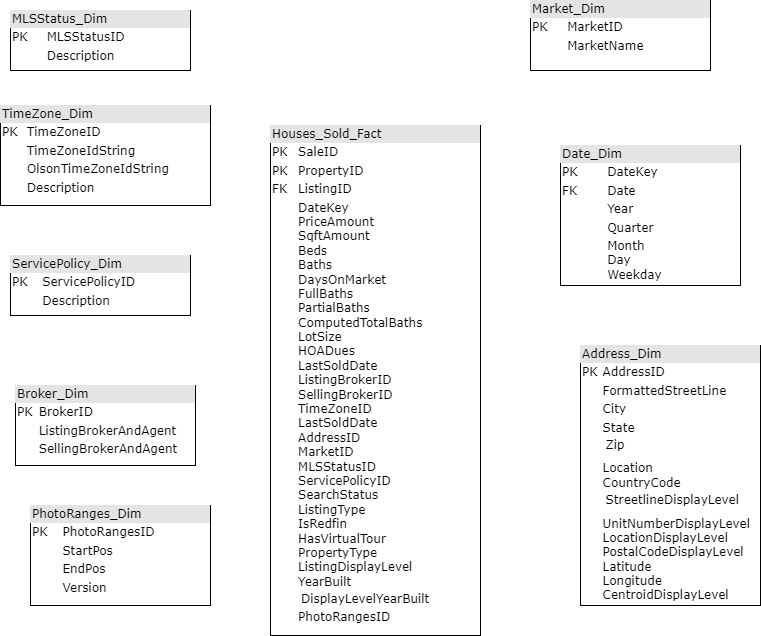
Yara484/Proejcts-Architectures keeps this draw.io diagram as HousesData_Draft.png. Above is the earlier version. Source tidied: cells renumbered, new cells last; positions are measured from the earlier drawing's top-left corner, leaving out a move shared by most shapes.
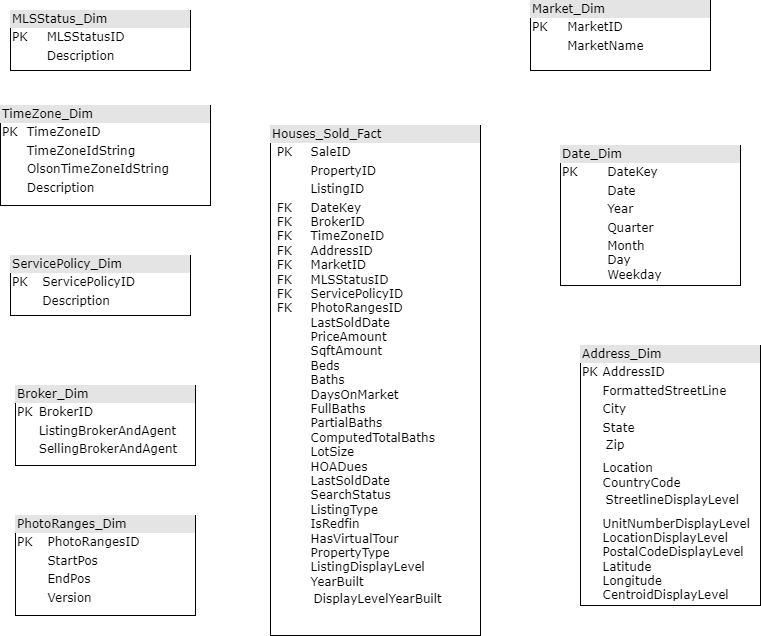
The same file after the commit.

Change to the diagram source:
```diff
@@ -5,10 +5,10 @@
     <mxCell id="2" value="&lt;div style=&quot;box-sizing: border-box ; width: 100% ; background: #e4e4e4 ; padding: 2px&quot;&gt;Address_Dim&lt;/div&gt;&lt;table style=&quot;width: 100% ; font-size: 1em&quot; cellpadding=&quot;2&quot; cellspacing=&quot;0&quot;&gt;&lt;tbody&gt;&lt;tr&gt;&lt;td&gt;PK&lt;/td&gt;&lt;td&gt;AddressID&lt;/td&gt;&lt;/tr&gt;&lt;tr&gt;&lt;td&gt;&lt;br&gt;&lt;/td&gt;&lt;td&gt;FormattedStreetLine&lt;/td&gt;&lt;/tr&gt;&lt;tr&gt;&lt;td&gt;&lt;/td&gt;&lt;td&gt;City&lt;/td&gt;&lt;/tr&gt;&lt;tr&gt;&lt;td&gt;&lt;br&gt;&lt;/td&gt;&lt;td&gt;State&lt;br&gt;&lt;table&gt;&lt;tbody&gt;&lt;tr&gt;&lt;td&gt;Zip&lt;/td&gt;&lt;/tr&gt;&lt;/tbody&gt;&lt;/table&gt;&lt;table&gt;&lt;tbody&gt;&lt;tr&gt;&lt;td&gt;&lt;/td&gt;&lt;/tr&gt;&lt;/tbody&gt;&lt;/table&gt;Location&lt;br&gt;CountryCode&lt;br&gt;&lt;table&gt;&lt;tbody&gt;&lt;tr&gt;&lt;td&gt;StreetlineDisplayLevel&lt;/td&gt;&lt;/tr&gt;&lt;/tbody&gt;&lt;/table&gt;&lt;table&gt;&lt;tbody&gt;&lt;tr&gt;&lt;td&gt;&lt;/td&gt;&lt;/tr&gt;&lt;/tbody&gt;&lt;/table&gt;UnitNumberDisplayLevel&lt;br&gt;LocationDisplayLevel&lt;br&gt;PostalCodeDisplayLevel&lt;br&gt;Latitude&lt;br&gt;Longitude&lt;br&gt;CentroidDisplayLevel&lt;br&gt;&lt;/td&gt;&lt;/tr&gt;&lt;/tbody&gt;&lt;/table&gt;" style="verticalAlign=top;align=left;overflow=fill;html=1;rounded=0;shadow=0;comic=0;labelBackgroundColor=none;strokeWidth=1;fontFamily=Verdana;fontSize=12;" parent="1" vertex="1">
       <mxGeometry x="580" y="345" width="180" height="260" as="geometry" />
     </mxCell>
-    <mxCell id="3" value="&lt;div style=&quot;box-sizing: border-box ; width: 100% ; background: #e4e4e4 ; padding: 2px&quot;&gt;Date_Dim&lt;/div&gt;&lt;table style=&quot;width: 100% ; font-size: 1em&quot; cellpadding=&quot;2&quot; cellspacing=&quot;0&quot;&gt;&lt;tbody&gt;&lt;tr&gt;&lt;td&gt;PK&lt;/td&gt;&lt;td&gt;DateKey&lt;/td&gt;&lt;/tr&gt;&lt;tr&gt;&lt;td&gt;FK&lt;/td&gt;&lt;td&gt;Date&lt;/td&gt;&lt;/tr&gt;&lt;tr&gt;&lt;td&gt;&lt;/td&gt;&lt;td&gt;Year&lt;/td&gt;&lt;/tr&gt;&lt;tr&gt;&lt;td&gt;&lt;br&gt;&lt;/td&gt;&lt;td&gt;Quarter&lt;br&gt;&lt;/td&gt;&lt;/tr&gt;&lt;tr&gt;&lt;td&gt;&lt;br&gt;&lt;/td&gt;&lt;td&gt;Month&lt;br&gt;Day&lt;br&gt;Weekday&lt;/td&gt;&lt;/tr&gt;&lt;/tbody&gt;&lt;/table&gt;" style="verticalAlign=top;align=left;overflow=fill;html=1;rounded=0;shadow=0;comic=0;labelBackgroundColor=none;strokeWidth=1;fontFamily=Verdana;fontSize=12;" parent="1" vertex="1">
+    <mxCell id="3" value="&lt;div style=&quot;box-sizing: border-box ; width: 100% ; background: #e4e4e4 ; padding: 2px&quot;&gt;Date_Dim&lt;/div&gt;&lt;table style=&quot;width: 100% ; font-size: 1em&quot; cellpadding=&quot;2&quot; cellspacing=&quot;0&quot;&gt;&lt;tbody&gt;&lt;tr&gt;&lt;td&gt;PK&lt;/td&gt;&lt;td&gt;DateKey&lt;/td&gt;&lt;/tr&gt;&lt;tr&gt;&lt;td&gt;&lt;br&gt;&lt;/td&gt;&lt;td&gt;Date&lt;/td&gt;&lt;/tr&gt;&lt;tr&gt;&lt;td&gt;&lt;/td&gt;&lt;td&gt;Year&lt;/td&gt;&lt;/tr&gt;&lt;tr&gt;&lt;td&gt;&lt;br&gt;&lt;/td&gt;&lt;td&gt;Quarter&lt;br&gt;&lt;/td&gt;&lt;/tr&gt;&lt;tr&gt;&lt;td&gt;&lt;br&gt;&lt;/td&gt;&lt;td&gt;Month&lt;br&gt;Day&lt;br&gt;Weekday&lt;/td&gt;&lt;/tr&gt;&lt;/tbody&gt;&lt;/table&gt;" style="verticalAlign=top;align=left;overflow=fill;html=1;rounded=0;shadow=0;comic=0;labelBackgroundColor=none;strokeWidth=1;fontFamily=Verdana;fontSize=12;" parent="1" vertex="1">
       <mxGeometry x="560" y="145" width="180" height="140" as="geometry" />
     </mxCell>
-    <mxCell id="4" value="&lt;div style=&quot;box-sizing: border-box ; width: 100% ; background: #e4e4e4 ; padding: 2px&quot;&gt;Houses_Sold_Fact&lt;/div&gt;&lt;table style=&quot;width: 100% ; font-size: 1em&quot; cellpadding=&quot;2&quot; cellspacing=&quot;0&quot;&gt;&lt;tbody&gt;&lt;tr&gt;&lt;td&gt;PK&lt;/td&gt;&lt;td&gt;SaleID&lt;/td&gt;&lt;/tr&gt;&lt;tr&gt;&lt;td&gt;PK&lt;/td&gt;&lt;td&gt;PropertyID&lt;/td&gt;&lt;/tr&gt;&lt;tr&gt;&lt;td&gt;FK&lt;/td&gt;&lt;td&gt;ListingID&lt;/td&gt;&lt;/tr&gt;&lt;tr&gt;&lt;td&gt;&lt;br&gt;&lt;/td&gt;&lt;td&gt;DateKey&lt;br&gt;PriceAmount&lt;br&gt;SqftAmount&lt;br&gt;Beds&lt;br&gt;Baths&lt;br&gt;DaysOnMarket&lt;br&gt;FullBaths&lt;br&gt;PartialBaths&lt;br&gt;ComputedTotalBaths&lt;br&gt;LotSize&lt;br&gt;HOADues&lt;br&gt;LastSoldDate&lt;br&gt;ListingBrokerID&lt;br&gt;SellingBrokerID&lt;br&gt;TimeZoneID&lt;br&gt;LastSoldDate&lt;br&gt;AddressID&lt;br&gt;MarketID&lt;br&gt;MLSStatusID&lt;br&gt;ServicePolicyID&lt;br&gt;SearchStatus&lt;br&gt;ListingType&lt;br&gt;IsRedfin&lt;br&gt;HasVirtualTour&lt;br&gt;PropertyType&lt;br&gt;ListingDisplayLevel&lt;br&gt;YearBuilt&lt;br&gt;&lt;table&gt;&lt;tbody&gt;&lt;tr&gt;&lt;td&gt;DisplayLevelYearBuilt&lt;/td&gt;&lt;/tr&gt;&lt;/tbody&gt;&lt;/table&gt;PhotoRangesID&lt;br&gt;&lt;table&gt;&lt;tbody&gt;&lt;tr&gt;&lt;td&gt;&lt;/td&gt;&lt;/tr&gt;&lt;/tbody&gt;&lt;/table&gt;&lt;/td&gt;&lt;/tr&gt;&lt;tr&gt;&lt;td&gt;&lt;br&gt;&lt;/td&gt;&lt;td&gt;&lt;br&gt;&lt;/td&gt;&lt;/tr&gt;&lt;tr&gt;&lt;td&gt;&lt;/td&gt;&lt;td&gt;&lt;br&gt;&lt;/td&gt;&lt;/tr&gt;&lt;tr&gt;&lt;td&gt;&lt;/td&gt;&lt;td&gt;&lt;br&gt;&lt;/td&gt;&lt;/tr&gt;&lt;/tbody&gt;&lt;/table&gt;" style="verticalAlign=top;align=left;overflow=fill;html=1;rounded=0;shadow=0;comic=0;labelBackgroundColor=none;strokeWidth=1;fontFamily=Verdana;fontSize=12;" parent="1" vertex="1">
+    <mxCell id="4" value="&lt;div style=&quot;box-sizing: border-box ; width: 100% ; background: #e4e4e4 ; padding: 2px&quot;&gt;Houses_Sold_Fact&lt;/div&gt;&lt;table style=&quot;width: 100% ; font-size: 1em&quot; cellpadding=&quot;2&quot; cellspacing=&quot;0&quot;&gt;&lt;tbody&gt;&lt;tr&gt;&lt;td&gt;&lt;br&gt;&lt;/td&gt;&lt;td&gt;PK&lt;span style=&quot;white-space: pre;&quot;&gt;&#9;&lt;/span&gt;SaleID&lt;/td&gt;&lt;/tr&gt;&lt;tr&gt;&lt;td&gt;&lt;br&gt;&lt;/td&gt;&lt;td&gt;&lt;span style=&quot;white-space: pre;&quot;&gt;&#9;&lt;/span&gt;PropertyID&lt;/td&gt;&lt;/tr&gt;&lt;tr&gt;&lt;td&gt;&lt;br&gt;&lt;/td&gt;&lt;td&gt;&lt;span style=&quot;white-space: pre;&quot;&gt;&#9;&lt;/span&gt;ListingID&lt;/td&gt;&lt;/tr&gt;&lt;tr&gt;&lt;td&gt;&lt;br&gt;&lt;/td&gt;&lt;td&gt;FK&lt;span style=&quot;white-space: pre;&quot;&gt;&#9;&lt;/span&gt;DateKey&amp;nbsp; &amp;nbsp; &amp;nbsp; &amp;nbsp; &lt;br&gt;FK&lt;span style=&quot;white-space-collapse: preserve;&quot;&gt;&#9;&lt;/span&gt;BrokerID&lt;br&gt;FK&lt;span style=&quot;white-space-collapse: preserve;&quot;&gt;&#9;&lt;/span&gt;TimeZoneID&lt;br&gt;FK&lt;span style=&quot;white-space-collapse: preserve;&quot;&gt;&#9;&lt;/span&gt;AddressID&lt;br&gt;FK&lt;span style=&quot;white-space-collapse: preserve;&quot;&gt;&#9;&lt;/span&gt;MarketID&lt;br&gt;FK&lt;span style=&quot;white-space-collapse: preserve;&quot;&gt;&#9;&lt;/span&gt;MLSStatusID&lt;br&gt;FK&lt;span style=&quot;white-space-collapse: preserve;&quot;&gt;&#9;&lt;/span&gt;ServicePolicyID&amp;nbsp;&lt;br&gt;FK&lt;span style=&quot;white-space-collapse: preserve;&quot;&gt;&#9;&lt;/span&gt;PhotoRangesID&lt;br&gt;&lt;span style=&quot;white-space-collapse: preserve;&quot;&gt;&#9;&lt;/span&gt;LastSoldDate&lt;br&gt;&lt;span style=&quot;white-space: pre;&quot;&gt;&#9;&lt;/span&gt;PriceAmount&lt;br&gt;&lt;span style=&quot;white-space: pre;&quot;&gt;&#9;&lt;/span&gt;SqftAmount&lt;br&gt;&lt;span style=&quot;white-space: pre;&quot;&gt;&#9;&lt;/span&gt;Beds&lt;br&gt;&lt;span style=&quot;white-space: pre;&quot;&gt;&#9;&lt;/span&gt;Baths&lt;br&gt;&lt;span style=&quot;white-space: pre;&quot;&gt;&#9;&lt;/span&gt;DaysOnMarket&lt;br&gt;&lt;span style=&quot;white-space: pre;&quot;&gt;&#9;&lt;/span&gt;FullBaths&lt;br&gt;&lt;span style=&quot;white-space: pre;&quot;&gt;&#9;&lt;/span&gt;PartialBaths&lt;br&gt;&lt;span style=&quot;white-space: pre;&quot;&gt;&#9;&lt;/span&gt;ComputedTotalBaths&lt;br&gt;&lt;span style=&quot;white-space: pre;&quot;&gt;&#9;&lt;/span&gt;LotSize&lt;br&gt;&lt;span style=&quot;white-space: pre;&quot;&gt;&#9;&lt;/span&gt;HOADues&lt;br&gt;&lt;span style=&quot;white-space: pre;&quot;&gt;&#9;&lt;/span&gt;LastSoldDate&lt;br&gt;&lt;span style=&quot;white-space: pre;&quot;&gt;&#9;&lt;/span&gt;SearchStatus&lt;br&gt;&lt;span style=&quot;white-space: pre;&quot;&gt;&#9;&lt;/span&gt;ListingType&lt;br&gt;&lt;span style=&quot;white-space: pre;&quot;&gt;&#9;&lt;/span&gt;IsRedfin&lt;br&gt;&lt;span style=&quot;white-space: pre;&quot;&gt;&#9;&lt;/span&gt;HasVirtualTour&lt;br&gt;&lt;span style=&quot;white-space: pre;&quot;&gt;&#9;&lt;/span&gt;PropertyType&lt;br&gt;&lt;span style=&quot;white-space: pre;&quot;&gt;&#9;&lt;/span&gt;ListingDisplayLevel&lt;br&gt;&lt;span style=&quot;white-space: pre;&quot;&gt;&#9;&lt;/span&gt;YearBuilt&lt;br&gt;&lt;table&gt;&lt;tbody&gt;&lt;tr&gt;&lt;td&gt;&lt;span style=&quot;white-space: pre;&quot;&gt;&#9;&lt;/span&gt;DisplayLevelYearBuilt&lt;/td&gt;&lt;/tr&gt;&lt;/tbody&gt;&lt;/table&gt;&lt;table&gt;&lt;tbody&gt;&lt;tr&gt;&lt;td&gt;&lt;/td&gt;&lt;/tr&gt;&lt;/tbody&gt;&lt;/table&gt;&lt;/td&gt;&lt;/tr&gt;&lt;tr&gt;&lt;td&gt;&lt;br&gt;&lt;/td&gt;&lt;td&gt;&lt;br&gt;&lt;/td&gt;&lt;/tr&gt;&lt;tr&gt;&lt;td&gt;&lt;/td&gt;&lt;td&gt;&lt;br&gt;&lt;/td&gt;&lt;/tr&gt;&lt;tr&gt;&lt;td&gt;&lt;/td&gt;&lt;td&gt;&lt;br&gt;&lt;/td&gt;&lt;/tr&gt;&lt;/tbody&gt;&lt;/table&gt;" style="verticalAlign=top;align=left;overflow=fill;html=1;rounded=0;shadow=0;comic=0;labelBackgroundColor=none;strokeWidth=1;fontFamily=Verdana;fontSize=12;" parent="1" vertex="1">
       <mxGeometry x="270" y="125" width="210" height="510" as="geometry" />
     </mxCell>
     <mxCell id="5" value="&lt;div style=&quot;box-sizing: border-box ; width: 100% ; background: #e4e4e4 ; padding: 2px&quot;&gt;Broker_Dim&lt;/div&gt;&lt;table style=&quot;width: 100% ; font-size: 1em&quot; cellpadding=&quot;2&quot; cellspacing=&quot;0&quot;&gt;&lt;tbody&gt;&lt;tr&gt;&lt;td&gt;PK&lt;/td&gt;&lt;td&gt;BrokerID&lt;/td&gt;&lt;/tr&gt;&lt;tr&gt;&lt;td&gt;&lt;br&gt;&lt;/td&gt;&lt;td&gt;ListingBrokerAndAgent&lt;/td&gt;&lt;/tr&gt;&lt;tr&gt;&lt;td&gt;&lt;/td&gt;&lt;td&gt;SellingBrokerAndAgent&lt;/td&gt;&lt;/tr&gt;&lt;tr&gt;&lt;td&gt;&lt;br&gt;&lt;/td&gt;&lt;td&gt;&lt;br&gt;&lt;/td&gt;&lt;/tr&gt;&lt;/tbody&gt;&lt;/table&gt;" style="verticalAlign=top;align=left;overflow=fill;html=1;rounded=0;shadow=0;comic=0;labelBackgroundColor=none;strokeWidth=1;fontFamily=Verdana;fontSize=12;" parent="1" vertex="1">
@@ -18,7 +18,7 @@
       <mxGeometry y="105" width="210" height="100" as="geometry" />
     </mxCell>
     <mxCell id="7" value="&lt;div style=&quot;box-sizing: border-box ; width: 100% ; background: #e4e4e4 ; padding: 2px&quot;&gt;PhotoRanges_Dim&lt;/div&gt;&lt;table style=&quot;width: 100% ; font-size: 1em&quot; cellpadding=&quot;2&quot; cellspacing=&quot;0&quot;&gt;&lt;tbody&gt;&lt;tr&gt;&lt;td&gt;PK&lt;/td&gt;&lt;td&gt;PhotoRangesID&lt;/td&gt;&lt;/tr&gt;&lt;tr&gt;&lt;td&gt;&lt;br&gt;&lt;/td&gt;&lt;td&gt;StartPos&lt;/td&gt;&lt;/tr&gt;&lt;tr&gt;&lt;td&gt;&lt;/td&gt;&lt;td&gt;EndPos&lt;/td&gt;&lt;/tr&gt;&lt;tr&gt;&lt;td&gt;&lt;br&gt;&lt;/td&gt;&lt;td&gt;Version&lt;br&gt;&lt;/td&gt;&lt;/tr&gt;&lt;/tbody&gt;&lt;/table&gt;" style="verticalAlign=top;align=left;overflow=fill;html=1;rounded=0;shadow=0;comic=0;labelBackgroundColor=none;strokeWidth=1;fontFamily=Verdana;fontSize=12;" parent="1" vertex="1">
-      <mxGeometry x="30" y="505" width="180" height="100" as="geometry" />
+      <mxGeometry x="15" y="515" width="180" height="100" as="geometry" />
     </mxCell>
     <mxCell id="8" value="&lt;div style=&quot;box-sizing: border-box ; width: 100% ; background: #e4e4e4 ; padding: 2px&quot;&gt;Market_Dim&lt;/div&gt;&lt;table style=&quot;width: 100% ; font-size: 1em&quot; cellpadding=&quot;2&quot; cellspacing=&quot;0&quot;&gt;&lt;tbody&gt;&lt;tr&gt;&lt;td&gt;PK&lt;/td&gt;&lt;td&gt;MarketID&lt;/td&gt;&lt;/tr&gt;&lt;tr&gt;&lt;td&gt;&lt;br&gt;&lt;/td&gt;&lt;td&gt;MarketName&lt;/td&gt;&lt;/tr&gt;&lt;tr&gt;&lt;td&gt;&lt;/td&gt;&lt;td&gt;&lt;br&gt;&lt;/td&gt;&lt;/tr&gt;&lt;tr&gt;&lt;td&gt;&lt;br&gt;&lt;/td&gt;&lt;td&gt;&lt;br&gt;&lt;/td&gt;&lt;/tr&gt;&lt;/tbody&gt;&lt;/table&gt;" style="verticalAlign=top;align=left;overflow=fill;html=1;rounded=0;shadow=0;comic=0;labelBackgroundColor=none;strokeWidth=1;fontFamily=Verdana;fontSize=12;" parent="1" vertex="1">
       <mxGeometry x="530" width="180" height="70" as="geometry" />
```
